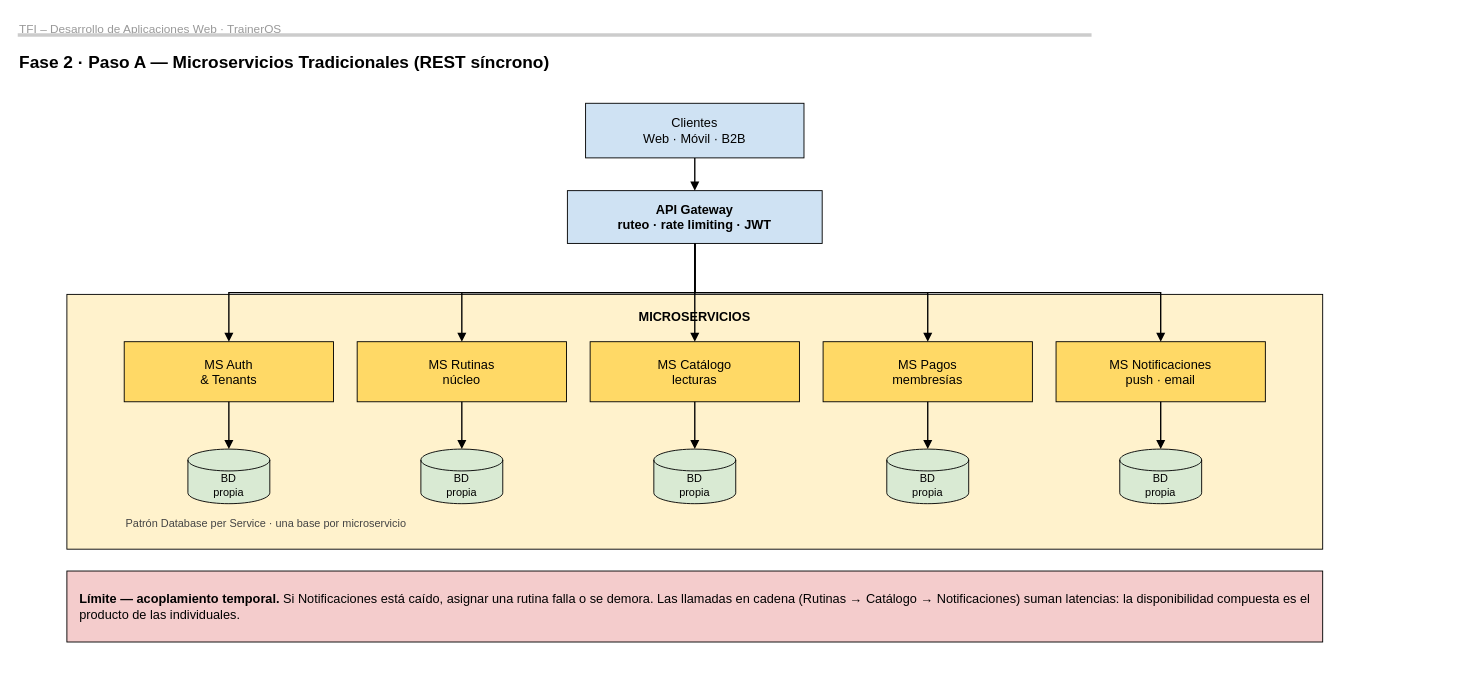
LautaroNaglieri/traineros-api keeps this draw.io diagram as Presentacion/diagramas/drawio/fase2a_microservicios_tradicionales.drawio. Above is the earlier version. Source tidied: cells renumbered, new cells numbered last; positions are measured from the earlier drawing's top-left corner, leaving out a move shared by most shapes. Both pictures are drawn from the tidied source at 91%, with x=0, y=0 at pixel (17, 15).
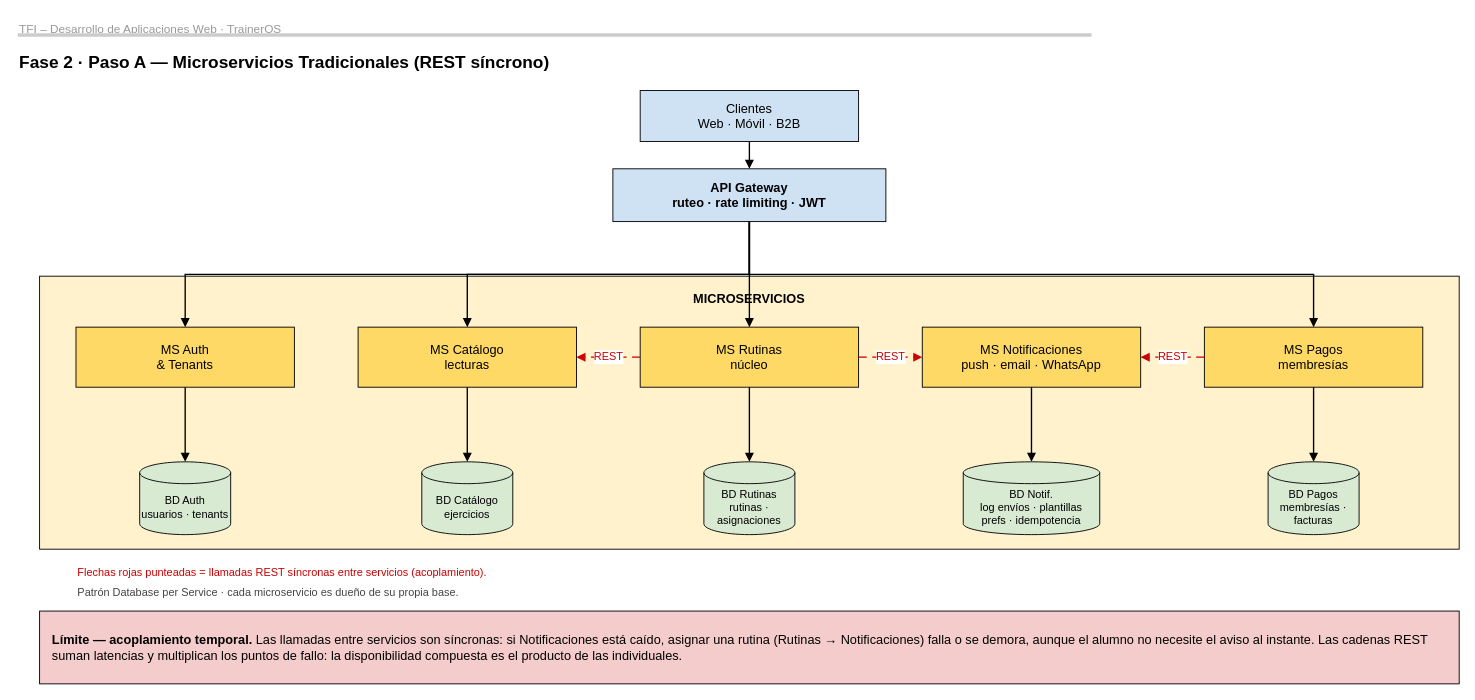
Above is the later version.

Commit message (it also covers changes not shown here):
feat: completa y corrige los diagramas de arquitectura

Diff of the diagram source:
```diff
@@
     <mxCell id="5" value="Clientes&lt;br&gt;Web · Móvil · B2B" style="rounded=0;whiteSpace=wrap;html=1;fillColor=#CFE2F3;strokeColor=#000000;strokeWidth=1;fontSize=14;fontColor=#000000;" parent="1" vertex="1">
-      <mxGeometry x="624" y="96" width="240" height="60" as="geometry" />
+      <mxGeometry x="684" y="82" width="240" height="56" as="geometry" />
     </mxCell>
     <mxCell id="6" value="API Gateway&lt;br&gt;ruteo · rate limiting · JWT" style="rounded=0;whiteSpace=wrap;html=1;fillColor=#CFE2F3;strokeColor=#000000;strokeWidth=1;fontSize=14;fontColor=#000000;fontStyle=1;" parent="1" vertex="1">
-      <mxGeometry x="604" y="192" width="280" height="58" as="geometry" />
+      <mxGeometry x="654" y="168" width="300" height="58" as="geometry" />
     </mxCell>
@@
     <mxCell id="8" value="MICROSERVICIOS" style="rounded=0;whiteSpace=wrap;html=1;fillColor=#FFF2CC;strokeColor=#000000;strokeWidth=1;verticalAlign=top;align=center;fontSize=14;fontStyle=1;fontColor=#000000;spacingTop=10;" parent="1" vertex="1">
-      <mxGeometry x="54" y="306" width="1380" height="280" as="geometry" />
+      <mxGeometry x="24" y="286" width="1560" height="300" as="geometry" />
     </mxCell>
     <mxCell id="9" value="MS Auth&lt;br&gt;&amp; Tenants" style="rounded=0;whiteSpace=wrap;html=1;fillColor=#FFD966;strokeColor=#000000;strokeWidth=1;fontSize=14;fontColor=#000000;" parent="1" vertex="1">
-      <mxGeometry x="117" y="358" width="230" height="66" as="geometry" />
+      <mxGeometry x="64" y="342" width="240" height="66" as="geometry" />
     </mxCell>
-    <mxCell id="10" value="BD&lt;br&gt;propia" style="shape=cylinder3;whiteSpace=wrap;html=1;boundedLbl=1;backgroundOutline=1;size=12;fillColor=#D9EAD3;strokeColor=#000000;fontSize=12;fontColor=#000000;verticalAlign=middle;" parent="1" vertex="1">
-      <mxGeometry x="187" y="476" width="90" height="60" as="geometry" />
+    <mxCell id="10" value="BD Auth&lt;br&gt;usuarios · tenants" style="shape=cylinder3;whiteSpace=wrap;html=1;boundedLbl=1;backgroundOutline=1;size=12;fillColor=#D9EAD3;strokeColor=#000000;fontSize=12;fontColor=#000000;verticalAlign=middle;" parent="1" vertex="1">
+      <mxGeometry x="134" y="490" width="100" height="80" as="geometry" />
     </mxCell>
-    <mxCell id="11" style="edgeStyle=orthogonalEdgeStyle;rounded=0;html=1;endArrow=block;endFill=1;strokeColor=#000000;strokeWidth=1.5;fontSize=12;fontColor=#000000;labelBackgroundColor=#FFFFFF;exitX=0.5;exitY=1;exitDx=0;exitDy=0;entryX=0.5;entryY=0;entryDx=0;entryDy=0;" parent="1" edge="1" source="6" target="9">
+    <mxCell id="11" style="edgeStyle=orthogonalEdgeStyle;rounded=0;html=1;endArrow=block;endFill=1;strokeColor=#000000;strokeWidth=1.5;fontSize=12;fontColor=#000000;labelBackgroundColor=#FFFFFF;exitX=0.5;exitY=1;exitDx=0;exitDy=0;entryX=0.5;entryY=0;entryDx=0;entryDy=0;" parent="1" edge="1" source="9" target="10">
       <mxGeometry relative="1" as="geometry" />
     </mxCell>
-    <mxCell id="12" style="edgeStyle=orthogonalEdgeStyle;rounded=0;html=1;endArrow=block;endFill=1;strokeColor=#000000;strokeWidth=1.5;fontSize=12;fontColor=#000000;labelBackgroundColor=#FFFFFF;exitX=0.5;exitY=1;exitDx=0;exitDy=0;entryX=0.5;entryY=0;entryDx=0;entryDy=0;" parent="1" edge="1" source="9" target="10">
-      <mxGeometry relative="1" as="geometry" />
+    <mxCell id="12" value="MS Catálogo&lt;br&gt;lecturas" style="rounded=0;whiteSpace=wrap;html=1;fillColor=#FFD966;strokeColor=#000000;strokeWidth=1;fontSize=14;fontColor=#000000;" parent="1" vertex="1">
+      <mxGeometry x="374" y="342" width="240" height="66" as="geometry" />
     </mxCell>
-    <mxCell id="13" value="MS Rutinas&lt;br&gt;núcleo" style="rounded=0;whiteSpace=wrap;html=1;fillColor=#FFD966;strokeColor=#000000;strokeWidth=1;fontSize=14;fontColor=#000000;" parent="1" vertex="1">
-      <mxGeometry x="373" y="358" width="230" height="66" as="geometry" />
+    <mxCell id="13" value="BD Catálogo&lt;br&gt;ejercicios" style="shape=cylinder3;whiteSpace=wrap;html=1;boundedLbl=1;backgroundOutline=1;size=12;fillColor=#D9EAD3;strokeColor=#000000;fontSize=12;fontColor=#000000;verticalAlign=middle;" parent="1" vertex="1">
+      <mxGeometry x="444" y="490" width="100" height="80" as="geometry" />
     </mxCell>
-    <mxCell id="14" value="BD&lt;br&gt;propia" style="shape=cylinder3;whiteSpace=wrap;html=1;boundedLbl=1;backgroundOutline=1;size=12;fillColor=#D9EAD3;strokeColor=#000000;fontSize=12;fontColor=#000000;verticalAlign=middle;" parent="1" vertex="1">
-      <mxGeometry x="443" y="476" width="90" height="60" as="geometry" />
+    <mxCell id="14" style="edgeStyle=orthogonalEdgeStyle;rounded=0;html=1;endArrow=block;endFill=1;strokeColor=#000000;strokeWidth=1.5;fontSize=12;fontColor=#000000;labelBackgroundColor=#FFFFFF;exitX=0.5;exitY=1;exitDx=0;exitDy=0;entryX=0.5;entryY=0;entryDx=0;entryDy=0;" parent="1" edge="1" source="12" target="13">
+      <mxGeometry relative="1" as="geometry" />
     </mxCell>
-    <mxCell id="15" style="edgeStyle=orthogonalEdgeStyle;rounded=0;html=1;endArrow=block;endFill=1;strokeColor=#000000;strokeWidth=1.5;fontSize=12;fontColor=#000000;labelBackgroundColor=#FFFFFF;exitX=0.5;exitY=1;exitDx=0;exitDy=0;entryX=0.5;entryY=0;entryDx=0;entryDy=0;" parent="1" edge="1" source="6" target="13">
-      <mxGeometry relative="1" as="geometry" />
+    <mxCell id="15" value="MS Rutinas&lt;br&gt;núcleo" style="rounded=0;whiteSpace=wrap;html=1;fillColor=#FFD966;strokeColor=#000000;strokeWidth=1;fontSize=14;fontColor=#000000;" parent="1" vertex="1">
+      <mxGeometry x="684" y="342" width="240" height="66" as="geometry" />
     </mxCell>
-    <mxCell id="16" style="edgeStyle=orthogonalEdgeStyle;rounded=0;html=1;endArrow=block;endFill=1;strokeColor=#000000;strokeWidth=1.5;fontSize=12;fontColor=#000000;labelBackgroundColor=#FFFFFF;exitX=0.5;exitY=1;exitDx=0;exitDy=0;entryX=0.5;entryY=0;entryDx=0;entryDy=0;" parent="1" edge="1" source="13" target="14">
-      <mxGeometry relative="1" as="geometry" />
+    <mxCell id="16" value="BD Rutinas&lt;br&gt;rutinas · asignaciones" style="shape=cylinder3;whiteSpace=wrap;html=1;boundedLbl=1;backgroundOutline=1;size=12;fillColor=#D9EAD3;strokeColor=#000000;fontSize=12;fontColor=#000000;verticalAlign=middle;" parent="1" vertex="1">
+      <mxGeometry x="754" y="490" width="100" height="80" as="geometry" />
     </mxCell>
-    <mxCell id="17" value="MS Catálogo&lt;br&gt;lecturas" style="rounded=0;whiteSpace=wrap;html=1;fillColor=#FFD966;strokeColor=#000000;strokeWidth=1;fontSize=14;fontColor=#000000;" parent="1" vertex="1">
-      <mxGeometry x="629" y="358" width="230" height="66" as="geometry" />
+    <mxCell id="17" style="edgeStyle=orthogonalEdgeStyle;rounded=0;html=1;endArrow=block;endFill=1;strokeColor=#000000;strokeWidth=1.5;fontSize=12;fontColor=#000000;labelBackgroundColor=#FFFFFF;exitX=0.5;exitY=1;exitDx=0;exitDy=0;entryX=0.5;entryY=0;entryDx=0;entryDy=0;" parent="1" edge="1" source="15" target="16">
+      <mxGeometry relative="1" as="geometry" />
     </mxCell>
-    <mxCell id="18" value="BD&lt;br&gt;propia" style="shape=cylinder3;whiteSpace=wrap;html=1;boundedLbl=1;backgroundOutline=1;size=12;fillColor=#D9EAD3;strokeColor=#000000;fontSize=12;fontColor=#000000;verticalAlign=middle;" parent="1" vertex="1">
-      <mxGeometry x="699" y="476" width="90" height="60" as="geometry" />
+    <mxCell id="18" value="MS Notificaciones&lt;br&gt;push · email · WhatsApp" style="rounded=0;whiteSpace=wrap;html=1;fillColor=#FFD966;strokeColor=#000000;strokeWidth=1;fontSize=14;fontColor=#000000;" parent="1" vertex="1">
+      <mxGeometry x="994" y="342" width="240" height="66" as="geometry" />
     </mxCell>
-    <mxCell id="19" style="edgeStyle=orthogonalEdgeStyle;rounded=0;html=1;endArrow=block;endFill=1;strokeColor=#000000;strokeWidth=1.5;fontSize=12;fontColor=#000000;labelBackgroundColor=#FFFFFF;exitX=0.5;exitY=1;exitDx=0;exitDy=0;entryX=0.5;entryY=0;entryDx=0;entryDy=0;" parent="1" edge="1" source="6" target="17">
-      <mxGeometry relative="1" as="geometry" />
+    <mxCell id="19" value="BD Notif.&lt;br&gt;log envíos · plantillas&lt;br&gt;prefs · idempotencia" style="shape=cylinder3;whiteSpace=wrap;html=1;boundedLbl=1;backgroundOutline=1;size=12;fillColor=#D9EAD3;strokeColor=#000000;fontSize=12;fontColor=#000000;verticalAlign=middle;" parent="1" vertex="1">
+      <mxGeometry x="1039" y="490" width="150" height="80" as="geometry" />
     </mxCell>
-    <mxCell id="20" style="edgeStyle=orthogonalEdgeStyle;rounded=0;html=1;endArrow=block;endFill=1;strokeColor=#000000;strokeWidth=1.5;fontSize=12;fontColor=#000000;labelBackgroundColor=#FFFFFF;exitX=0.5;exitY=1;exitDx=0;exitDy=0;entryX=0.5;entryY=0;entryDx=0;entryDy=0;" parent="1" edge="1" source="17" target="18">
+    <mxCell id="20" style="edgeStyle=orthogonalEdgeStyle;rounded=0;html=1;endArrow=block;endFill=1;strokeColor=#000000;strokeWidth=1.5;fontSize=12;fontColor=#000000;labelBackgroundColor=#FFFFFF;exitX=0.5;exitY=1;exitDx=0;exitDy=0;entryX=0.5;entryY=0;entryDx=0;entryDy=0;" parent="1" edge="1" source="18" target="19">
       <mxGeometry relative="1" as="geometry" />
     </mxCell>
     <mxCell id="21" value="MS Pagos&lt;br&gt;membresías" style="rounded=0;whiteSpace=wrap;html=1;fillColor=#FFD966;strokeColor=#000000;strokeWidth=1;fontSize=14;fontColor=#000000;" parent="1" vertex="1">
-      <mxGeometry x="885" y="358" width="230" height="66" as="geometry" />
+      <mxGeometry x="1304" y="342" width="240" height="66" as="geometry" />
     </mxCell>
-    <mxCell id="22" value="BD&lt;br&gt;propia" style="shape=cylinder3;whiteSpace=wrap;html=1;boundedLbl=1;backgroundOutline=1;size=12;fillColor=#D9EAD3;strokeColor=#000000;fontSize=12;fontColor=#000000;verticalAlign=middle;" parent="1" vertex="1">
-      <mxGeometry x="955" y="476" width="90" height="60" as="geometry" />
+    <mxCell id="22" value="BD Pagos&lt;br&gt;membresías · facturas" style="shape=cylinder3;whiteSpace=wrap;html=1;boundedLbl=1;backgroundOutline=1;size=12;fillColor=#D9EAD3;strokeColor=#000000;fontSize=12;fontColor=#000000;verticalAlign=middle;" parent="1" vertex="1">
+      <mxGeometry x="1374" y="490" width="100" height="80" as="geometry" />
     </mxCell>
-    <mxCell id="23" style="edgeStyle=orthogonalEdgeStyle;rounded=0;html=1;endArrow=block;endFill=1;strokeColor=#000000;strokeWidth=1.5;fontSize=12;fontColor=#000000;labelBackgroundColor=#FFFFFF;exitX=0.5;exitY=1;exitDx=0;exitDy=0;entryX=0.5;entryY=0;entryDx=0;entryDy=0;" parent="1" edge="1" source="6" target="21">
+    <mxCell id="23" style="edgeStyle=orthogonalEdgeStyle;rounded=0;html=1;endArrow=block;endFill=1;strokeColor=#000000;strokeWidth=1.5;fontSize=12;fontColor=#000000;labelBackgroundColor=#FFFFFF;exitX=0.5;exitY=1;exitDx=0;exitDy=0;entryX=0.5;entryY=0;entryDx=0;entryDy=0;" parent="1" edge="1" source="21" target="22">
       <mxGeometry relative="1" as="geometry" />
     </mxCell>
-    <mxCell id="24" style="edgeStyle=orthogonalEdgeStyle;rounded=0;html=1;endArrow=block;endFill=1;strokeColor=#000000;strokeWidth=1.5;fontSize=12;fontColor=#000000;labelBackgroundColor=#FFFFFF;exitX=0.5;exitY=1;exitDx=0;exitDy=0;entryX=0.5;entryY=0;entryDx=0;entryDy=0;" parent="1" edge="1" source="21" target="22">
+    <mxCell id="24" style="edgeStyle=orthogonalEdgeStyle;rounded=0;html=1;endArrow=block;endFill=1;strokeColor=#000000;strokeWidth=1.5;fontSize=12;fontColor=#000000;labelBackgroundColor=#FFFFFF;exitX=0.5;exitY=1;exitDx=0;exitDy=0;entryX=0.5;entryY=0;entryDx=0;entryDy=0;" parent="1" edge="1" source="6" target="9">
       <mxGeometry relative="1" as="geometry" />
     </mxCell>
-    <mxCell id="25" value="MS Notificaciones&lt;br&gt;push · email" style="rounded=0;whiteSpace=wrap;html=1;fillColor=#FFD966;strokeColor=#000000;strokeWidth=1;fontSize=14;fontColor=#000000;" parent="1" vertex="1">
-      <mxGeometry x="1141" y="358" width="230" height="66" as="geometry" />
+    <mxCell id="25" style="edgeStyle=orthogonalEdgeStyle;rounded=0;html=1;endArrow=block;endFill=1;strokeColor=#000000;strokeWidth=1.5;fontSize=12;fontColor=#000000;labelBackgroundColor=#FFFFFF;exitX=0.5;exitY=1;exitDx=0;exitDy=0;entryX=0.5;entryY=0;entryDx=0;entryDy=0;" parent="1" edge="1" source="6" target="12">
+      <mxGeometry relative="1" as="geometry" />
     </mxCell>
-    <mxCell id="26" value="BD&lt;br&gt;propia" style="shape=cylinder3;whiteSpace=wrap;html=1;boundedLbl=1;backgroundOutline=1;size=12;fillColor=#D9EAD3;strokeColor=#000000;fontSize=12;fontColor=#000000;verticalAlign=middle;" parent="1" vertex="1">
-      <mxGeometry x="1211" y="476" width="90" height="60" as="geometry" />
+    <mxCell id="26" style="edgeStyle=orthogonalEdgeStyle;rounded=0;html=1;endArrow=block;endFill=1;strokeColor=#000000;strokeWidth=1.5;fontSize=12;fontColor=#000000;labelBackgroundColor=#FFFFFF;exitX=0.5;exitY=1;exitDx=0;exitDy=0;entryX=0.5;entryY=0;entryDx=0;entryDy=0;" parent="1" edge="1" source="6" target="15">
+      <mxGeometry relative="1" as="geometry" />
     </mxCell>
-    <mxCell id="27" style="edgeStyle=orthogonalEdgeStyle;rounded=0;html=1;endArrow=block;endFill=1;strokeColor=#000000;strokeWidth=1.5;fontSize=12;fontColor=#000000;labelBackgroundColor=#FFFFFF;exitX=0.5;exitY=1;exitDx=0;exitDy=0;entryX=0.5;entryY=0;entryDx=0;entryDy=0;" parent="1" edge="1" source="6" target="25">
+    <mxCell id="27" style="edgeStyle=orthogonalEdgeStyle;rounded=0;html=1;endArrow=block;endFill=1;strokeColor=#000000;strokeWidth=1.5;fontSize=12;fontColor=#000000;labelBackgroundColor=#FFFFFF;exitX=0.5;exitY=1;exitDx=0;exitDy=0;entryX=0.5;entryY=0;entryDx=0;entryDy=0;" parent="1" edge="1" source="6" target="21">
       <mxGeometry relative="1" as="geometry" />
     </mxCell>
-    <mxCell id="28" style="edgeStyle=orthogonalEdgeStyle;rounded=0;html=1;endArrow=block;endFill=1;strokeColor=#000000;strokeWidth=1.5;fontSize=12;fontColor=#000000;labelBackgroundColor=#FFFFFF;exitX=0.5;exitY=1;exitDx=0;exitDy=0;entryX=0.5;entryY=0;entryDx=0;entryDy=0;" parent="1" edge="1" source="25" target="26">
+    <mxCell id="28" value="REST" style="edgeStyle=orthogonalEdgeStyle;rounded=0;html=1;endArrow=block;endFill=1;strokeColor=#000000;strokeWidth=1.5;fontSize=12;fontColor=#000000;labelBackgroundColor=#FFFFFF;strokeColor=#CC0000;fontColor=#CC0000;dashed=1;dashPattern=6 4;exitX=0;exitY=0.5;exitDx=0;exitDy=0;entryX=1;entryY=0.5;entryDx=0;entryDy=0;" parent="1" edge="1" source="15" target="12">
       <mxGeometry relative="1" as="geometry" />
     </mxCell>
-    <mxCell id="29" value="Patrón Database per Service · una base por microservicio" style="text;html=1;align=left;fontSize=12;fontColor=#444444;" parent="1" vertex="1">
-      <mxGeometry x="117" y="544" width="600" height="22" as="geometry" />
+    <mxCell id="29" value="REST" style="edgeStyle=orthogonalEdgeStyle;rounded=0;html=1;endArrow=block;endFill=1;strokeColor=#000000;strokeWidth=1.5;fontSize=12;fontColor=#000000;labelBackgroundColor=#FFFFFF;strokeColor=#CC0000;fontColor=#CC0000;dashed=1;dashPattern=6 4;exitX=1;exitY=0.5;exitDx=0;exitDy=0;entryX=0;entryY=0.5;entryDx=0;entryDy=0;" parent="1" edge="1" source="15" target="18">
+      <mxGeometry relative="1" as="geometry" />
     </mxCell>
-    <mxCell id="30" value="&lt;b&gt;Límite — acoplamiento temporal.&lt;/b&gt;  Si Notificaciones está caído, asignar una rutina falla o se demora. Las llamadas en cadena (Rutinas → Catálogo → Notificaciones) suman latencias: la disponibilidad compuesta es el producto de las individuales." style="rounded=0;whiteSpace=wrap;html=1;fillColor=#F4CCCC;strokeColor=#000000;strokeWidth=1;fontSize=14;fontColor=#000000;align=left;spacingLeft=12;verticalAlign=middle;" parent="1" vertex="1">
-      <mxGeometry x="54" y="610" width="1380" height="78" as="geometry" />
+    <mxCell id="30" value="REST" style="edgeStyle=orthogonalEdgeStyle;rounded=0;html=1;endArrow=block;endFill=1;strokeColor=#000000;strokeWidth=1.5;fontSize=12;fontColor=#000000;labelBackgroundColor=#FFFFFF;strokeColor=#CC0000;fontColor=#CC0000;dashed=1;dashPattern=6 4;exitX=0;exitY=0.5;exitDx=0;exitDy=0;entryX=1;entryY=0.5;entryDx=0;entryDy=0;" parent="1" edge="1" source="21" target="18">
+      <mxGeometry relative="1" as="geometry" />
     </mxCell>
+    <mxCell id="31" value="Flechas rojas punteadas = llamadas REST síncronas entre servicios (acoplamiento)." style="text;html=1;align=left;fontSize=12;fontColor=#CC0000;" parent="1" vertex="1">
+      <mxGeometry x="64" y="598" width="900" height="22" as="geometry" />
+    </mxCell>
+    <mxCell id="32" value="Patrón Database per Service · cada microservicio es dueño de su propia base." style="text;html=1;align=left;fontSize=12;fontColor=#444444;" parent="1" vertex="1">
+      <mxGeometry x="64" y="620" width="900" height="22" as="geometry" />
+    </mxCell>
+    <mxCell id="33" value="&lt;b&gt;Límite — acoplamiento temporal.&lt;/b&gt;  Las llamadas entre servicios son síncronas: si Notificaciones está caído, asignar una rutina (Rutinas → Notificaciones) falla o se demora, aunque el alumno no necesite el aviso al instante. Las cadenas REST suman latencias y multiplican los puntos de fallo: la disponibilidad compuesta es el producto de las individuales." style="rounded=0;whiteSpace=wrap;html=1;fillColor=#F4CCCC;strokeColor=#000000;strokeWidth=1;fontSize=14;fontColor=#000000;align=left;spacingLeft=12;verticalAlign=middle;" parent="1" vertex="1">
+      <mxGeometry x="24" y="654" width="1560" height="80" as="geometry" />
+    </mxCell>
```
